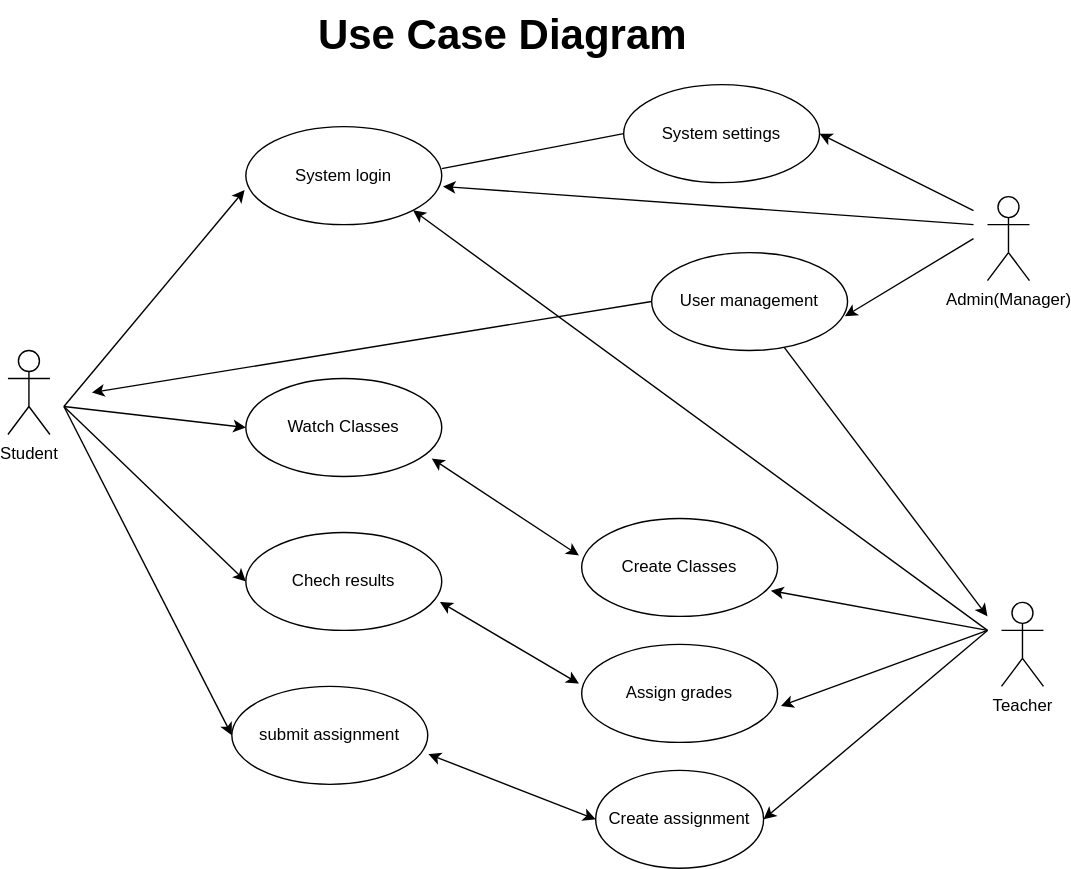
Earlier version of the draw.io export yukariUseCaseDiagram.drawio.svg (ivondrak/SWE2025). Source tidied: cells renumbered, new cells last; positions are measured from the earlier drawing's top-left corner, leaving out a move shared by most shapes.
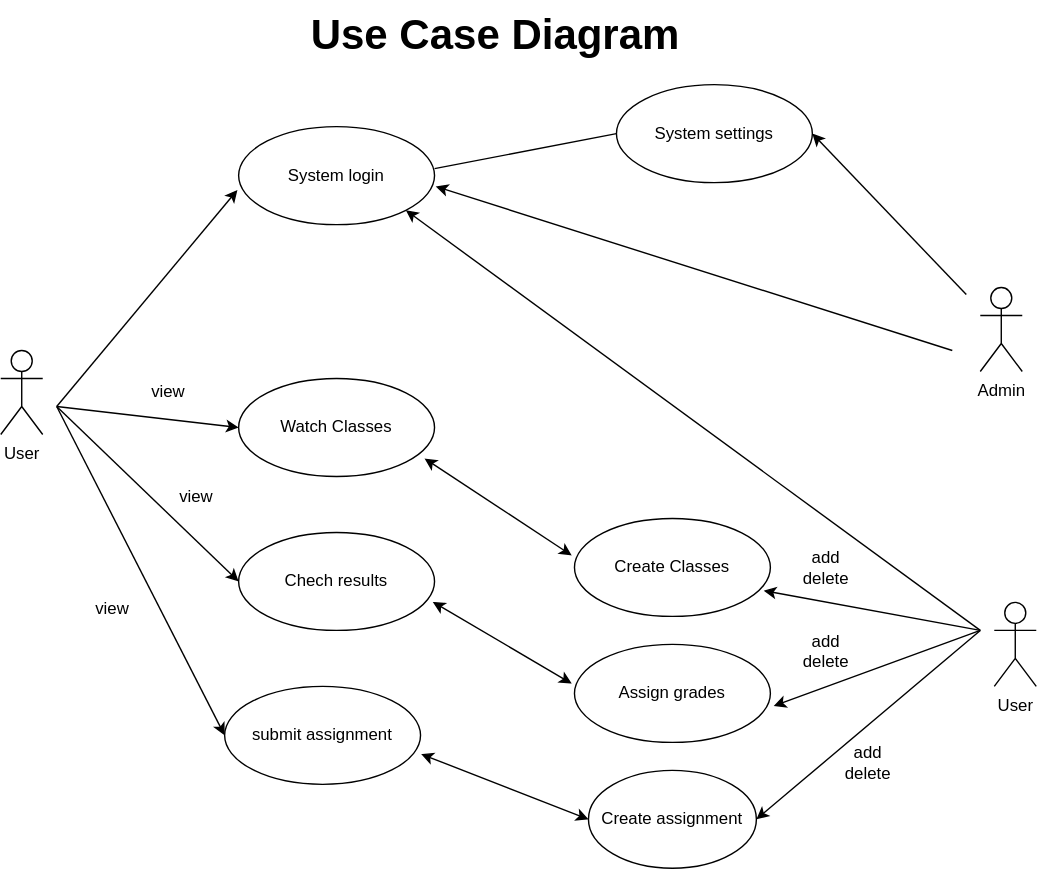
After the change.

Diff of the diagram source:
```diff
@@ -17,7 +17,7 @@
     <mxCell id="6" value="System settings" style="ellipse;whiteSpace=wrap;html=1;" parent="1" vertex="1">
       <mxGeometry x="440" y="60" width="140" height="70" as="geometry" />
     </mxCell>
-    <mxCell id="7" value="Student" style="shape=umlActor;verticalLabelPosition=bottom;verticalAlign=top;html=1;" parent="1" vertex="1">
+    <mxCell id="7" value="User" style="shape=umlActor;verticalLabelPosition=bottom;verticalAlign=top;html=1;" parent="1" vertex="1">
       <mxGeometry y="250" width="30" height="60" as="geometry" />
     </mxCell>
     <mxCell id="8" value="&lt;span style=&quot;color: rgb(0, 0, 0);&quot;&gt;submit assignment&lt;/span&gt;" style="ellipse;whiteSpace=wrap;html=1;" parent="1" vertex="1">
@@ -26,15 +26,12 @@
     <mxCell id="9" value="Assign grades" style="ellipse;whiteSpace=wrap;html=1;" parent="1" vertex="1">
       <mxGeometry x="410" y="460" width="140" height="70" as="geometry" />
     </mxCell>
-    <mxCell id="10" value="Teacher" style="shape=umlActor;verticalLabelPosition=bottom;verticalAlign=top;html=1;" parent="1" vertex="1">
+    <mxCell id="10" value="User" style="shape=umlActor;verticalLabelPosition=bottom;verticalAlign=top;html=1;" parent="1" vertex="1">
       <mxGeometry x="710" y="430" width="30" height="60" as="geometry" />
     </mxCell>
-    <mxCell id="11" value="Admin(Manager)" style="shape=umlActor;verticalLabelPosition=bottom;verticalAlign=top;html=1;" parent="1" vertex="1">
-      <mxGeometry x="700" y="140" width="30" height="60" as="geometry" />
+    <mxCell id="11" value="Admin" style="shape=umlActor;verticalLabelPosition=bottom;verticalAlign=top;html=1;" parent="1" vertex="1">
+      <mxGeometry x="700" y="205" width="30" height="60" as="geometry" />
     </mxCell>
-    <mxCell id="12" value="User management" style="ellipse;whiteSpace=wrap;html=1;" parent="1" vertex="1">
-      <mxGeometry x="460" y="180" width="140" height="70" as="geometry" />
-    </mxCell>
     <mxCell id="13" style="endArrow=classic;startArrow=classic;html=1;entryX=-0.014;entryY=0.4;entryDx=0;entryDy=0;entryPerimeter=0;exitX=0.991;exitY=0.709;exitDx=0;exitDy=0;exitPerimeter=0;" parent="1" edge="1" source="5" target="9">
       <mxGeometry relative="1" as="geometry" />
     </mxCell>
@@ -62,7 +59,7 @@
     </mxCell>
     <mxCell id="20" style="endArrow=classic;html=1;entryX=1.006;entryY=0.611;entryDx=0;entryDy=0;entryPerimeter=0;" parent="1" edge="1" target="17">
       <mxGeometry relative="1" as="geometry">
-        <mxPoint x="690" y="160" as="sourcePoint" />
+        <mxPoint x="680" y="250" as="sourcePoint" />
       </mxGeometry>
     </mxCell>
     <mxCell id="21" style="endArrow=none;html=1;entryX=0;entryY=0.5;entryDx=0;entryDy=0;" parent="1" edge="1" target="6">
@@ -70,16 +67,6 @@
         <mxPoint x="310" y="120" as="sourcePoint" />
       </mxGeometry>
     </mxCell>
-    <mxCell id="22" style="endArrow=classic;html=1;" parent="1" edge="1" source="12">
-      <mxGeometry relative="1" as="geometry">
-        <mxPoint x="700" y="440" as="targetPoint" />
-      </mxGeometry>
-    </mxCell>
-    <mxCell id="23" style="endArrow=classic;html=1;exitX=0;exitY=0.5;exitDx=0;exitDy=0;" parent="1" edge="1" source="12">
-      <mxGeometry relative="1" as="geometry">
-        <mxPoint x="60" y="280" as="targetPoint" />
-      </mxGeometry>
-    </mxCell>
     <mxCell id="24" style="endArrow=classic;html=1;entryX=0;entryY=0.5;entryDx=0;entryDy=0;" parent="1" edge="1" target="4">
       <mxGeometry relative="1" as="geometry">
         <mxPoint x="40" y="290" as="sourcePoint" />
@@ -97,14 +84,9 @@
     </mxCell>
     <mxCell id="27" style="endArrow=classic;html=1;entryX=1;entryY=0.5;entryDx=0;entryDy=0;" parent="1" edge="1" target="6">
       <mxGeometry relative="1" as="geometry">
-        <mxPoint x="690" y="150" as="sourcePoint" />
+        <mxPoint x="690" y="210" as="sourcePoint" />
       </mxGeometry>
     </mxCell>
-    <mxCell id="28" style="endArrow=classic;html=1;entryX=0.986;entryY=0.651;entryDx=0;entryDy=0;entryPerimeter=0;" parent="1" edge="1" target="12">
-      <mxGeometry relative="1" as="geometry">
-        <mxPoint x="690" y="170" as="sourcePoint" />
-      </mxGeometry>
-    </mxCell>
     <mxCell id="29" style="endArrow=classic;html=1;entryX=0.966;entryY=0.737;entryDx=0;entryDy=0;entryPerimeter=0;" parent="1" edge="1" target="15">
       <mxGeometry relative="1" as="geometry">
         <mxPoint x="700" y="450" as="sourcePoint" />
@@ -120,5 +102,23 @@
         <mxPoint x="700" y="450" as="sourcePoint" />
       </mxGeometry>
     </mxCell>
+    <mxCell id="32" value="view" style="text;html=1;align=center;verticalAlign=middle;whiteSpace=wrap;rounded=0;" parent="1" vertex="1">
+      <mxGeometry x="90" y="265" width="60" height="30" as="geometry" />
+    </mxCell>
+    <mxCell id="33" value="add&lt;div&gt;delete&lt;/div&gt;" style="text;html=1;align=center;verticalAlign=middle;whiteSpace=wrap;rounded=0;" parent="1" vertex="1">
+      <mxGeometry x="560" y="390" width="60" height="30" as="geometry" />
+    </mxCell>
+    <mxCell id="34" value="add&lt;div&gt;delete&lt;/div&gt;" style="text;html=1;align=center;verticalAlign=middle;whiteSpace=wrap;rounded=0;" parent="1" vertex="1">
+      <mxGeometry x="560" y="450" width="60" height="30" as="geometry" />
+    </mxCell>
+    <mxCell id="35" value="view" style="text;html=1;align=center;verticalAlign=middle;whiteSpace=wrap;rounded=0;" parent="1" vertex="1">
+      <mxGeometry x="110" y="340" width="60" height="30" as="geometry" />
+    </mxCell>
+    <mxCell id="36" value="view" style="text;html=1;align=center;verticalAlign=middle;whiteSpace=wrap;rounded=0;" parent="1" vertex="1">
+      <mxGeometry x="50" y="420" width="60" height="30" as="geometry" />
+    </mxCell>
+    <mxCell id="37" value="add&amp;nbsp;&lt;div&gt;delete&lt;/div&gt;" style="text;html=1;align=center;verticalAlign=middle;whiteSpace=wrap;rounded=0;" parent="1" vertex="1">
+      <mxGeometry x="590" y="530" width="60" height="30" as="geometry" />
+    </mxCell>
   </root>
 </mxGraphModel>
```
